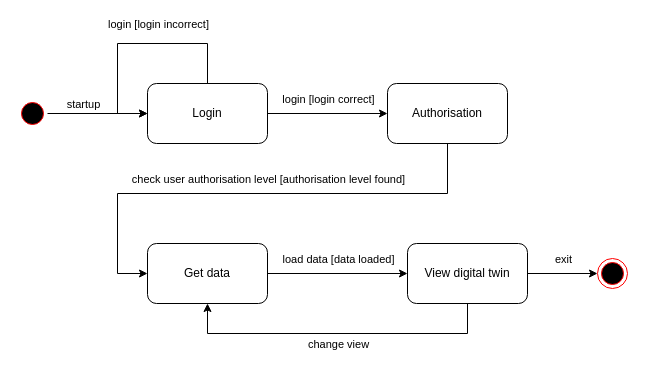
AP-Project-Analysis-2IT-IOT-1TVT-IOT/bavo-birk-docs-luchtsensor keeps this draw.io diagram as Pictures/Diagrams/GUI_Statediagram.drawio. Above is the earlier version. Source tidied: cells renumbered, new cells numbered last; positions are measured from the earlier drawing's top-left corner, leaving out a move shared by most shapes. Both pictures are drawn from the tidied source at 100%, with x=0, y=0 at pixel (17, 43).
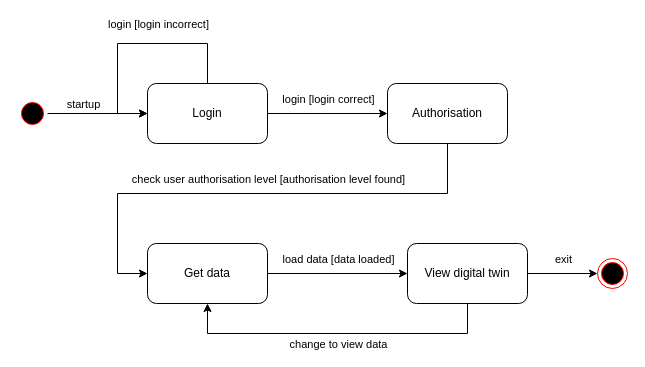
Above is the later version.

The change refers to these unchanged cells:
```xml
<mxCell id="20" style="endArrow=classic;html=1;rounded=0;exitX=0.5;exitY=1;exitDx=0;exitDy=0;entryX=0.5;entryY=1;entryDx=0;entryDy=0;" parent="1" edge="1" source="15" target="14">
  <mxGeometry relative="1" as="geometry">
    <Array as="points">
      <mxPoint x="450" y="290" />
      <mxPoint x="190" y="290" />
    </Array>
  </mxGeometry>
</mxCell>
```

The edit, as a diff of the source:
```diff
@@
-    <mxCell id="21" value="change view" style="edgeLabel;html=1;align=center;verticalAlign=middle;" parent="20" vertex="1">
+    <mxCell id="21" value="change to view data" style="edgeLabel;html=1;align=center;verticalAlign=middle;" parent="20" vertex="1">
       <mxGeometry relative="1" as="geometry">
         <mxPoint y="10" as="offset" />
       </mxGeometry>
     </mxCell>
```
